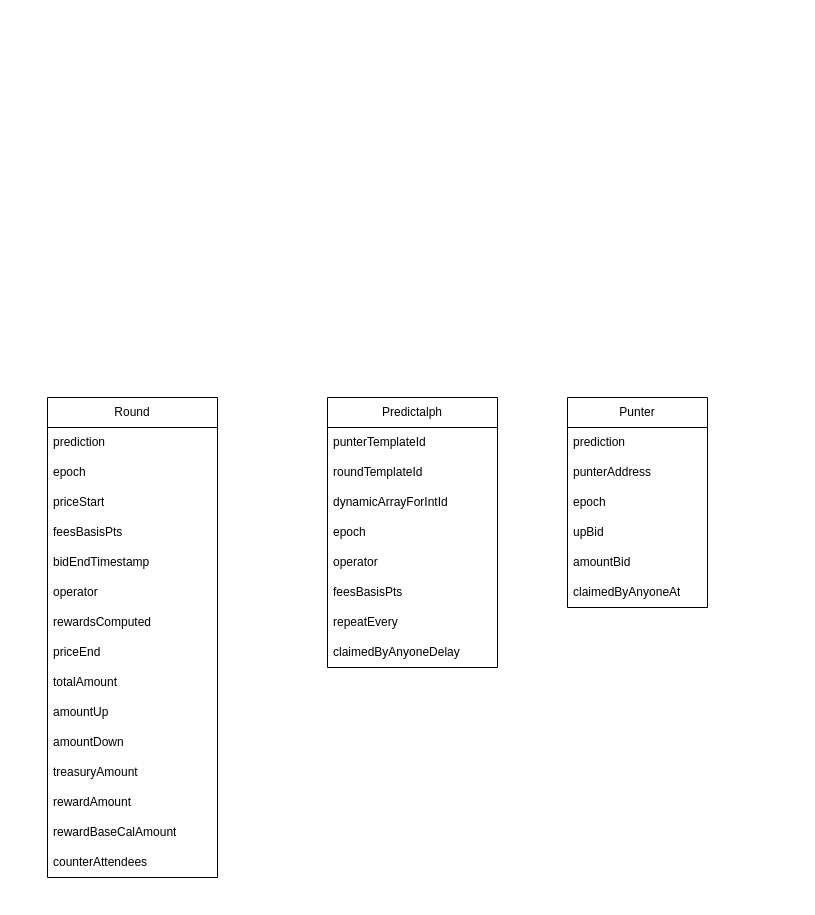
Earlier version of the draw.io diagram page "Page-3" (3 of 6) of docs/diagram.drawio (notrustverify/predictalph-contracts). Source tidied: cells renumbered, new cells numbered last; positions are measured from the earlier drawing's top-left corner, leaving out a move shared by most shapes. Both pictures are drawn from the tidied source at 100%, with x=0, y=0 at pixel (47, 397).
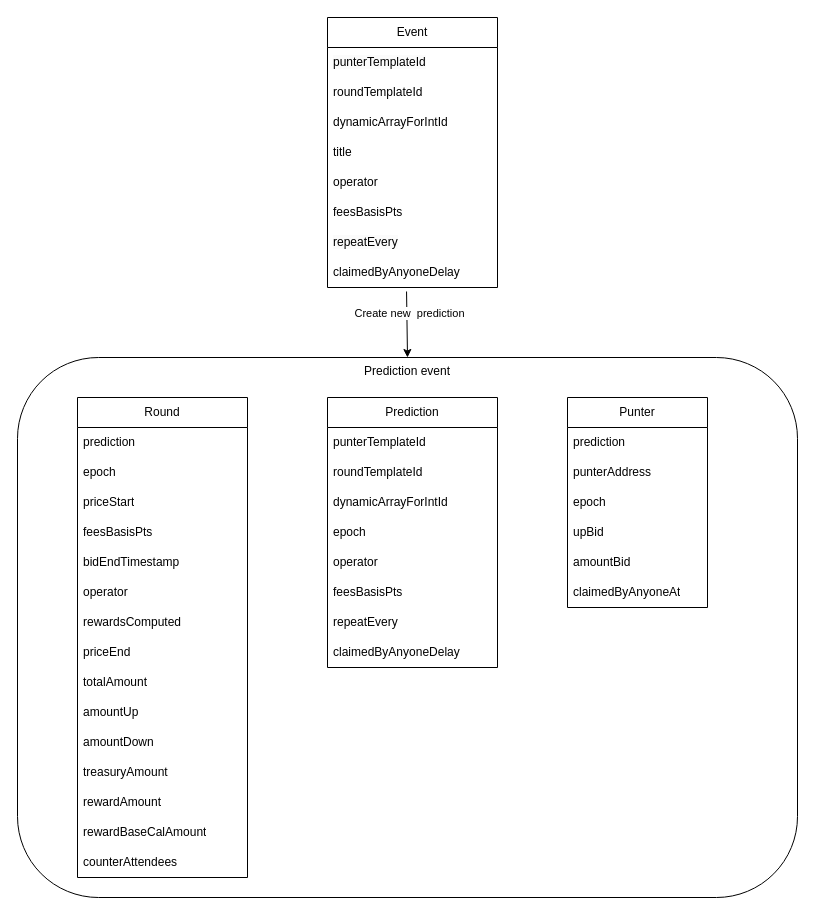
After the change.

Change to the diagram source:
```diff
@@
+    <mxCell id="34" value="Prediction event" style="rounded=1;whiteSpace=wrap;html=1;verticalAlign=top;" parent="1" vertex="1">
+      <mxGeometry x="-30" y="-40" width="780" height="540" as="geometry" />
+    </mxCell>
-    <mxCell id="2" value="Predictalph" style="swimlane;fontStyle=0;horizontal=1;startSize=30;whiteSpace=wrap;html=1;" parent="1" vertex="1">
+    <mxCell id="2" value="Prediction" style="swimlane;fontStyle=0;horizontal=1;startSize=30;whiteSpace=wrap;html=1;" parent="1" vertex="1">
       <mxGeometry x="280" width="170" height="270" as="geometry" />
     </mxCell>
@@
     <mxCell id="18" value="Round" style="swimlane;fontStyle=0;horizontal=1;startSize=30;whiteSpace=wrap;html=1;" parent="1" vertex="1">
-      <mxGeometry width="170" height="480" as="geometry" />
+      <mxGeometry x="30" width="170" height="480" as="geometry" />
     </mxCell>
@@
+    <mxCell id="35" value="Event" style="swimlane;fontStyle=0;horizontal=1;startSize=30;whiteSpace=wrap;html=1;" parent="1" vertex="1">
+      <mxGeometry x="280" y="-380" width="170" height="270" as="geometry" />
+    </mxCell>
+    <mxCell id="36" value="&lt;span style=&quot;color: rgb(0, 0, 0); font-family: Helvetica; font-size: 12px; font-style: normal; font-variant-ligatures: normal; font-variant-caps: normal; font-weight: 400; letter-spacing: normal; orphans: 2; text-align: left; text-indent: 0px; text-transform: none; widows: 2; word-spacing: 0px; -webkit-text-stroke-width: 0px; background-color: rgb(251, 251, 251); text-decoration-thickness: initial; text-decoration-style: initial; text-decoration-color: initial; float: none; display: inline !important;&quot;&gt;punterTemplateId&lt;/span&gt;" style="text;strokeColor=none;fillColor=none;align=left;verticalAlign=middle;spacingLeft=4;spacingRight=4;overflow=hidden;whiteSpace=wrap;html=1;" parent="35" vertex="1">
+      <mxGeometry y="30" width="170" height="30" as="geometry" />
+    </mxCell>
+    <mxCell id="37" value="roundTemplateId" style="text;strokeColor=none;fillColor=none;align=left;verticalAlign=middle;spacingLeft=4;spacingRight=4;overflow=hidden;whiteSpace=wrap;html=1;" parent="35" vertex="1">
+      <mxGeometry y="60" width="170" height="30" as="geometry" />
+    </mxCell>
+    <mxCell id="38" value="dynamicArrayForIntId" style="text;strokeColor=none;fillColor=none;align=left;verticalAlign=middle;spacingLeft=4;spacingRight=4;overflow=hidden;whiteSpace=wrap;html=1;" parent="35" vertex="1">
+      <mxGeometry y="90" width="170" height="30" as="geometry" />
+    </mxCell>
+    <mxCell id="39" value="title" style="text;strokeColor=none;fillColor=none;align=left;verticalAlign=middle;spacingLeft=4;spacingRight=4;overflow=hidden;whiteSpace=wrap;html=1;" parent="35" vertex="1">
+      <mxGeometry y="120" width="170" height="30" as="geometry" />
+    </mxCell>
+    <mxCell id="40" value="operator" style="text;strokeColor=none;fillColor=none;align=left;verticalAlign=middle;spacingLeft=4;spacingRight=4;overflow=hidden;whiteSpace=wrap;html=1;" parent="35" vertex="1">
+      <mxGeometry y="150" width="170" height="30" as="geometry" />
+    </mxCell>
+    <mxCell id="41" value="feesBasisPts" style="text;strokeColor=none;fillColor=none;align=left;verticalAlign=middle;spacingLeft=4;spacingRight=4;overflow=hidden;whiteSpace=wrap;html=1;" parent="35" vertex="1">
+      <mxGeometry y="180" width="170" height="30" as="geometry" />
+    </mxCell>
+    <mxCell id="42" value="&lt;span style=&quot;color: rgb(0, 0, 0); font-family: Helvetica; font-size: 12px; font-style: normal; font-variant-ligatures: normal; font-variant-caps: normal; font-weight: 400; letter-spacing: normal; orphans: 2; text-align: left; text-indent: 0px; text-transform: none; widows: 2; word-spacing: 0px; -webkit-text-stroke-width: 0px; background-color: rgb(251, 251, 251); text-decoration-thickness: initial; text-decoration-style: initial; text-decoration-color: initial; float: none; display: inline !important;&quot;&gt;repeatEvery&lt;/span&gt;" style="text;strokeColor=none;fillColor=none;align=left;verticalAlign=middle;spacingLeft=4;spacingRight=4;overflow=hidden;whiteSpace=wrap;html=1;" parent="35" vertex="1">
+      <mxGeometry y="210" width="170" height="30" as="geometry" />
+    </mxCell>
+    <mxCell id="43" value="claimedByAnyoneDelay" style="text;strokeColor=none;fillColor=none;align=left;verticalAlign=middle;spacingLeft=4;spacingRight=4;overflow=hidden;points=[[0,0.5],[1,0.5]];portConstraint=eastwest;whiteSpace=wrap;html=1;" parent="35" vertex="1">
+      <mxGeometry y="240" width="170" height="30" as="geometry" />
+    </mxCell>
+    <mxCell id="44" style="endArrow=classic;html=1;rounded=0;exitX=0.465;exitY=1.133;exitDx=0;exitDy=0;exitPerimeter=0;entryX=0.5;entryY=0;entryDx=0;entryDy=0;" parent="1" edge="1" source="43" target="34">
+      <mxGeometry relative="1" as="geometry" />
+    </mxCell>
+    <mxCell id="45" value="Create new&amp;nbsp; prediction" style="edgeLabel;html=1;align=center;verticalAlign=middle;" parent="44" vertex="1">
+      <mxGeometry x="-0.33" y="2" relative="1" as="geometry" />
+    </mxCell>
```
